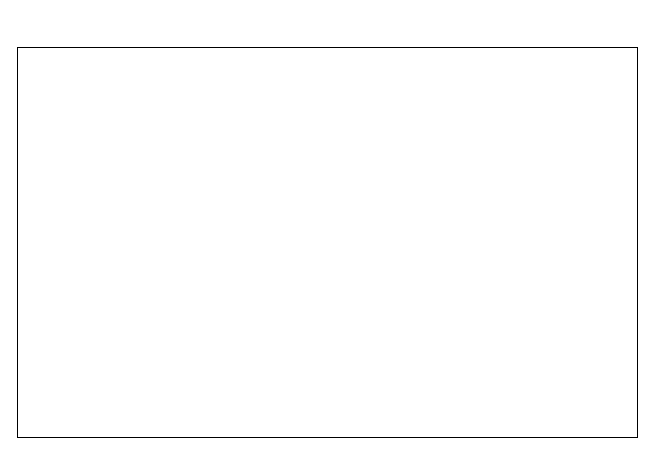
This is dockerNetwork.drawio from anonymity12/Mama, a draw.io file, before an edit. Source tidied: cells renumbered, new cells numbered last; positions are measured from the earlier drawing's top-left corner, leaving out a move shared by most shapes. Both pictures are drawn from the tidied source at 100%, with x=0, y=0 at pixel (17, 47).
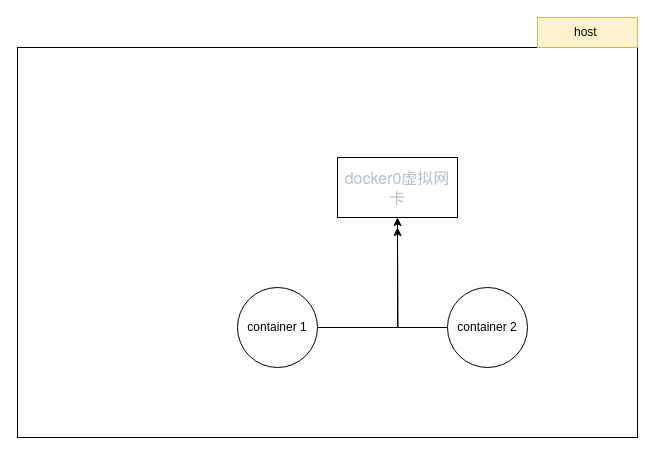
The same page after the edit.

The edit, as a diff of the source:
```diff
@@
 <mxGraphModel>
   <root>
     <mxCell id="0" />
     <mxCell id="1" parent="0" />
     <mxCell id="2" style="rounded=0;whiteSpace=wrap;html=1;" parent="1" vertex="1">
       <mxGeometry width="620" height="390" as="geometry" />
     </mxCell>
+    <mxCell id="3" value="host&amp;nbsp;" style="rounded=0;whiteSpace=wrap;html=1;fillColor=#fff2cc;strokeColor=#d6b656;" parent="1" vertex="1">
+      <mxGeometry x="520" y="-30" width="100" height="30" as="geometry" />
+    </mxCell>
+    <mxCell id="4" value="&lt;font color=&quot;#b8bfc6&quot; face=&quot;helvetica neue, helvetica, arial, segoe ui emoji, sans-serif&quot;&gt;&lt;span style=&quot;font-size: 16px&quot;&gt;docker0虚拟网卡&lt;/span&gt;&lt;/font&gt;" style="rounded=0;whiteSpace=wrap;html=1;" parent="1" vertex="1">
+      <mxGeometry x="320" y="110" width="120" height="60" as="geometry" />
+    </mxCell>
+    <mxCell id="5" style="edgeStyle=orthogonalEdgeStyle;rounded=0;jettySize=auto;html=1;" parent="1" edge="1" source="6" target="4">
+      <mxGeometry relative="1" as="geometry" />
+    </mxCell>
+    <mxCell id="6" value="container 1" style="ellipse;whiteSpace=wrap;html=1;" parent="1" vertex="1">
+      <mxGeometry x="220" y="240" width="80" height="80" as="geometry" />
+    </mxCell>
+    <mxCell id="7" style="edgeStyle=orthogonalEdgeStyle;rounded=0;jettySize=auto;html=1;" parent="1" edge="1" source="8">
+      <mxGeometry relative="1" as="geometry">
+        <mxPoint x="380" y="180" as="targetPoint" />
+      </mxGeometry>
+    </mxCell>
+    <mxCell id="8" value="container 2" style="ellipse;whiteSpace=wrap;html=1;" parent="1" vertex="1">
+      <mxGeometry x="430" y="240" width="80" height="80" as="geometry" />
+    </mxCell>
   </root>
 </mxGraphModel>
```
